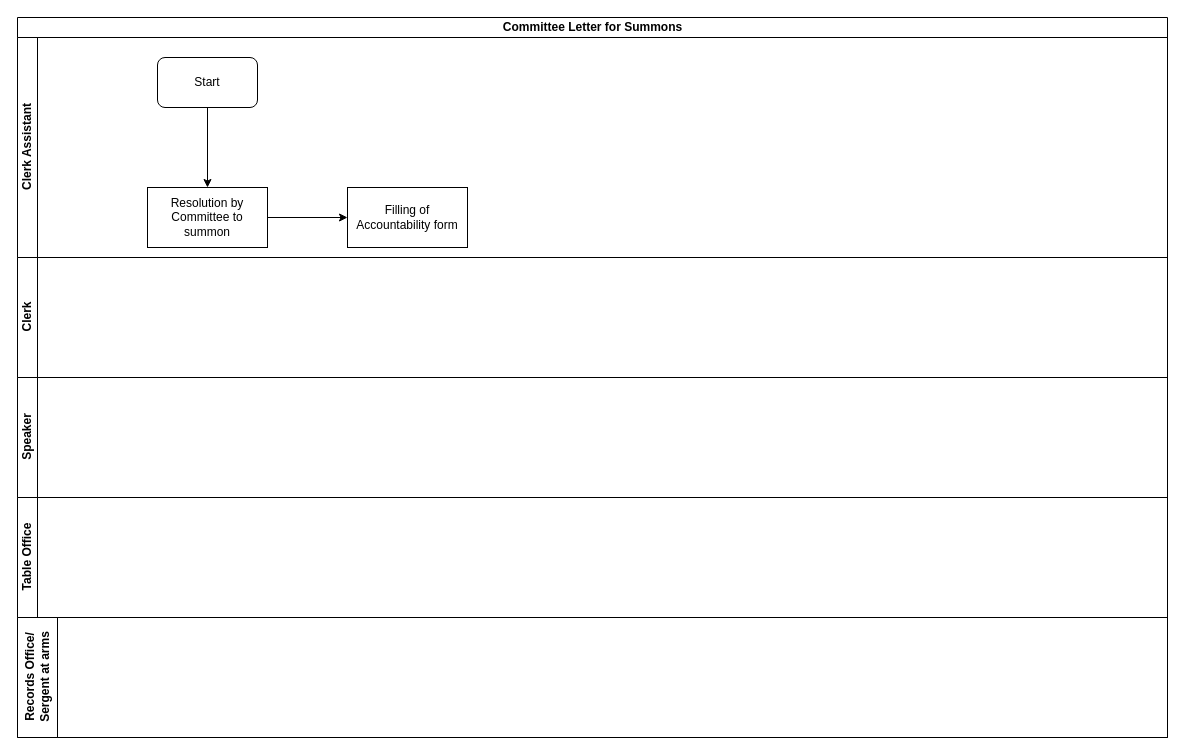
Earlier version of the draw.io diagram Committees Letters for Summons.drawio (kmagua/flowcharts). Source tidied: cells renumbered, new cells numbered last; positions are measured from the earlier drawing's top-left corner, leaving out a move shared by most shapes. Both pictures are drawn from the tidied source at 100%, with x=0, y=0 at pixel (17, 17).
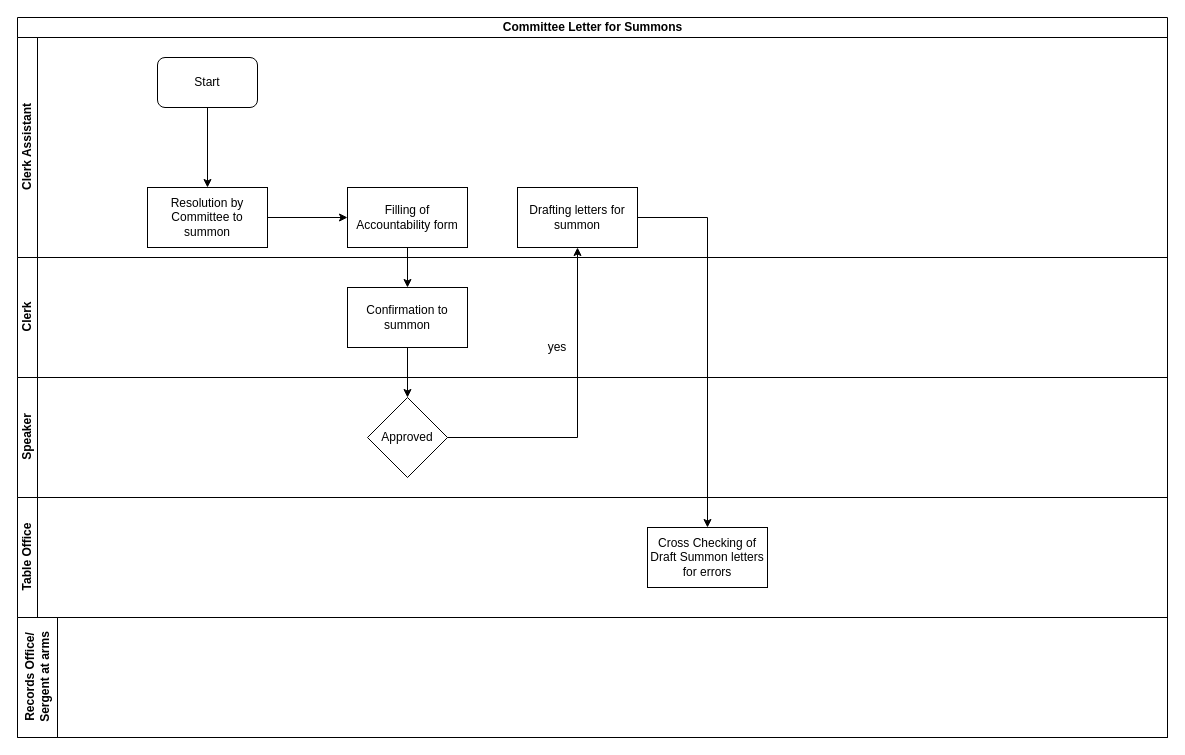
The same page after the edit.

Unchanged cells that the change refers to:
```xml
<mxCell id="2" value="Committee Letter for Summons" style="swimlane;html=1;horizontal=1;startSize=20;" parent="1" vertex="1">
  <mxGeometry width="1150" height="720" as="geometry" />
</mxCell>
<mxCell id="3" value="Clerk Assistant" style="swimlane;html=1;startSize=20;horizontal=0;" parent="2" vertex="1">
  <mxGeometry y="20" width="1150" height="220" as="geometry" />
</mxCell>
<mxCell id="7" value="Clerk" style="swimlane;html=1;startSize=20;horizontal=0;" parent="2" vertex="1">
  <mxGeometry y="240" width="1150" height="120" as="geometry" />
</mxCell>
<mxCell id="8" value="Speaker" style="swimlane;html=1;startSize=20;horizontal=0;" parent="2" vertex="1">
  <mxGeometry y="360" width="1150" height="120" as="geometry" />
</mxCell>
<mxCell id="9" value="Table Office" style="swimlane;html=1;startSize=20;horizontal=0;" parent="2" vertex="1">
  <mxGeometry y="480" width="1150" height="120" as="geometry" />
</mxCell>
<mxCell id="11" value="Filling of Accountability form" style="whiteSpace=wrap;html=1;rounded=0;" parent="1" vertex="1">
  <mxGeometry x="330" y="170" width="120" height="60" as="geometry" />
</mxCell>
```

Diff of the diagram source:
```diff
@@
+    <mxCell id="13" value="Drafting letters for summon" style="whiteSpace=wrap;html=1;rounded=0;" parent="3" vertex="1">
+      <mxGeometry x="500" y="150" width="120" height="60" as="geometry" />
+    </mxCell>
@@
+    <mxCell id="14" value="Confirmation to summon" style="whiteSpace=wrap;html=1;rounded=0;" parent="7" vertex="1">
+      <mxGeometry x="330" y="30" width="120" height="60" as="geometry" />
+    </mxCell>
+    <mxCell id="15" value="yes" style="text;html=1;strokeColor=none;fillColor=none;align=center;verticalAlign=middle;whiteSpace=wrap;rounded=0;" parent="7" vertex="1">
+      <mxGeometry x="520" y="80" width="40" height="20" as="geometry" />
+    </mxCell>
@@
+    <mxCell id="16" value="Approved" style="rhombus;whiteSpace=wrap;html=1;rounded=0;" parent="8" vertex="1">
+      <mxGeometry x="350" y="20" width="80" height="80" as="geometry" />
+    </mxCell>
@@
+    <mxCell id="17" value="Cross Checking of Draft Summon letters for errors" style="whiteSpace=wrap;html=1;rounded=0;" parent="9" vertex="1">
+      <mxGeometry x="630" y="30" width="120" height="60" as="geometry" />
+    </mxCell>
@@
+    <mxCell id="18" style="edgeStyle=orthogonalEdgeStyle;rounded=0;jettySize=auto;html=1;" parent="2" edge="1" source="14" target="16">
+      <mxGeometry relative="1" as="geometry" />
+    </mxCell>
+    <mxCell id="19" style="edgeStyle=orthogonalEdgeStyle;rounded=0;jettySize=auto;html=1;" parent="2" edge="1" source="16" target="13">
+      <mxGeometry relative="1" as="geometry" />
+    </mxCell>
+    <mxCell id="20" style="edgeStyle=orthogonalEdgeStyle;rounded=0;jettySize=auto;html=1;" parent="2" edge="1" source="13" target="17">
+      <mxGeometry relative="1" as="geometry" />
+    </mxCell>
+    <mxCell id="21" style="edgeStyle=orthogonalEdgeStyle;rounded=0;jettySize=auto;html=1;" parent="1" edge="1" source="11" target="14">
+      <mxGeometry relative="1" as="geometry" />
+    </mxCell>
```
